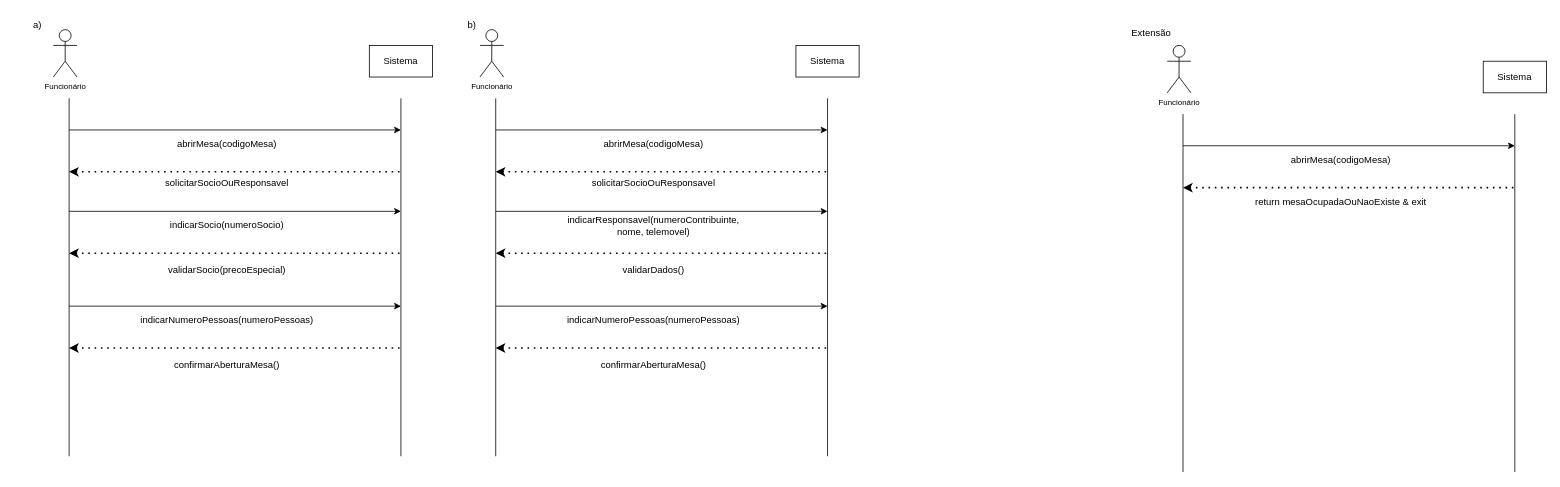
Earlier version of the draw.io diagram ssd6.drawio (luccamarshall/DCO). Source tidied: cells renumbered, new cells numbered last; positions are measured from the earlier drawing's top-left corner, leaving out a move shared by most shapes. Both pictures are drawn from the tidied source at 79%, with x=0, y=0 at pixel (13, 13).
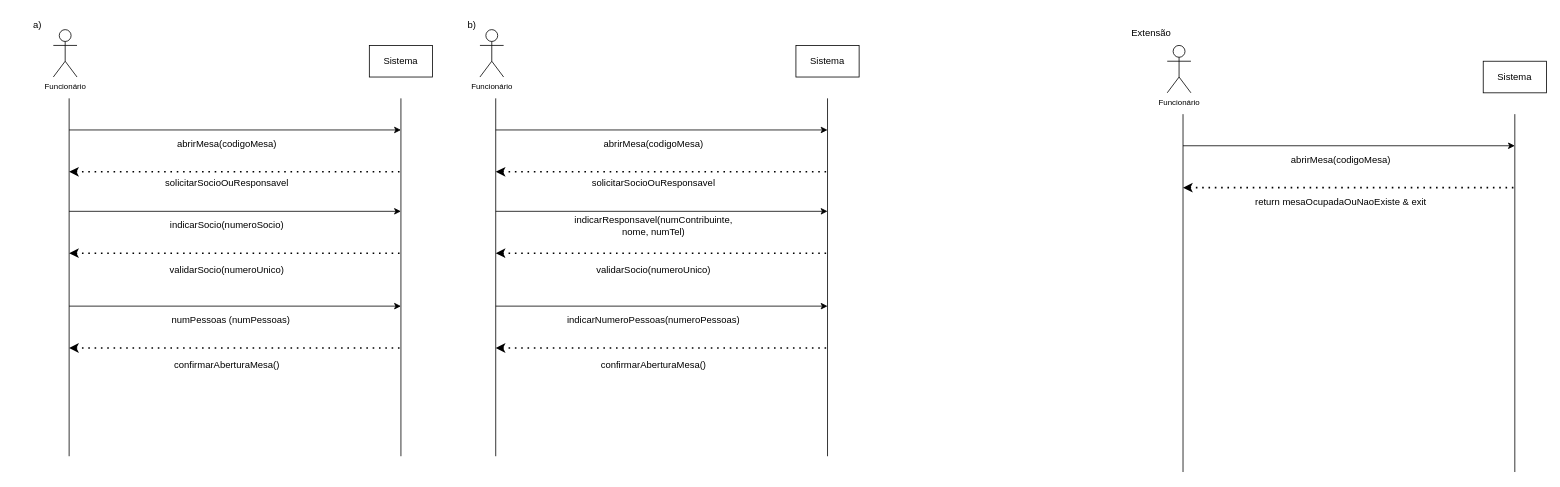
The same diagram, later.

The edit, as a diff of the source:
```diff
@@
-    <mxCell id="13" value="validarSocio(precoEspecial)" style="text;html=1;strokeColor=none;fillColor=none;align=center;verticalAlign=middle;whiteSpace=wrap;rounded=0;" parent="1" vertex="1">
+    <mxCell id="13" value="validarSocio(numeroUnico)" style="text;html=1;strokeColor=none;fillColor=none;align=center;verticalAlign=middle;whiteSpace=wrap;rounded=0;" parent="1" vertex="1">
       <mxGeometry x="240" y="310" width="60" height="30" as="geometry" />
     </mxCell>
@@
-    <mxCell id="24" value="indicarResponsavel(numeroContribuinte, nome, telemovel)" style="text;html=1;strokeColor=none;fillColor=none;align=center;verticalAlign=middle;whiteSpace=wrap;rounded=0;" parent="1" vertex="1">
+    <mxCell id="24" value="indicarResponsavel(numContribuinte, nome, numTel)" style="text;html=1;strokeColor=none;fillColor=none;align=center;verticalAlign=middle;whiteSpace=wrap;rounded=0;" parent="1" vertex="1">
       <mxGeometry x="770" y="253" width="80" height="30" as="geometry" />
     </mxCell>
-    <mxCell id="25" value="validarDados()" style="text;html=1;strokeColor=none;fillColor=none;align=center;verticalAlign=middle;whiteSpace=wrap;rounded=0;" parent="1" vertex="1">
-      <mxGeometry x="780" y="310" width="60" height="30" as="geometry" />
-    </mxCell>
@@
-    <mxCell id="30" value="indicarNumeroPessoas(numeroPessoas)" style="text;html=1;strokeColor=none;fillColor=none;align=center;verticalAlign=middle;whiteSpace=wrap;rounded=0;" parent="1" vertex="1">
-      <mxGeometry x="230" y="373" width="80" height="30" as="geometry" />
+    <mxCell id="30" value="numPessoas (numPessoas)" style="text;html=1;strokeColor=none;fillColor=none;align=center;verticalAlign=middle;whiteSpace=wrap;rounded=0;" parent="1" vertex="1">
+      <mxGeometry x="170" y="373" width="210" height="30" as="geometry" />
     </mxCell>
@@
+    <mxCell id="45" value="validarSocio(numeroUnico)" style="text;html=1;strokeColor=none;fillColor=none;align=center;verticalAlign=middle;whiteSpace=wrap;rounded=0;" parent="1" vertex="1">
+      <mxGeometry x="730" y="310" width="160" height="30" as="geometry" />
+    </mxCell>
```
